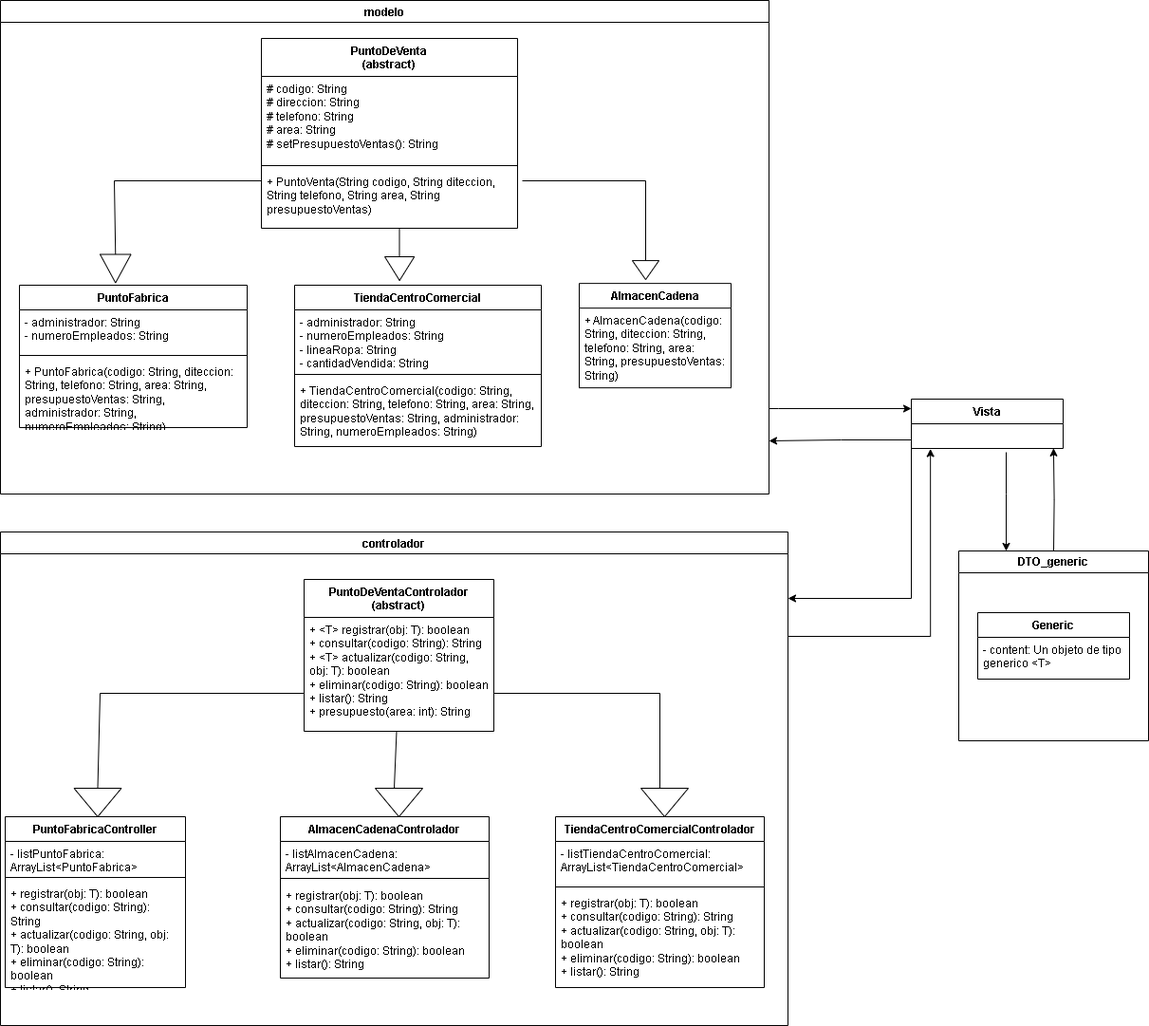
This is TallerFinalPunto3.drawio.png from AngelDavidGutierrez/TallerFinalPunto3, a draw.io export, as it was before one commit. Source tidied: cells renumbered, new cells last; positions are measured from the earlier drawing's top-left corner, leaving out a move shared by most shapes.
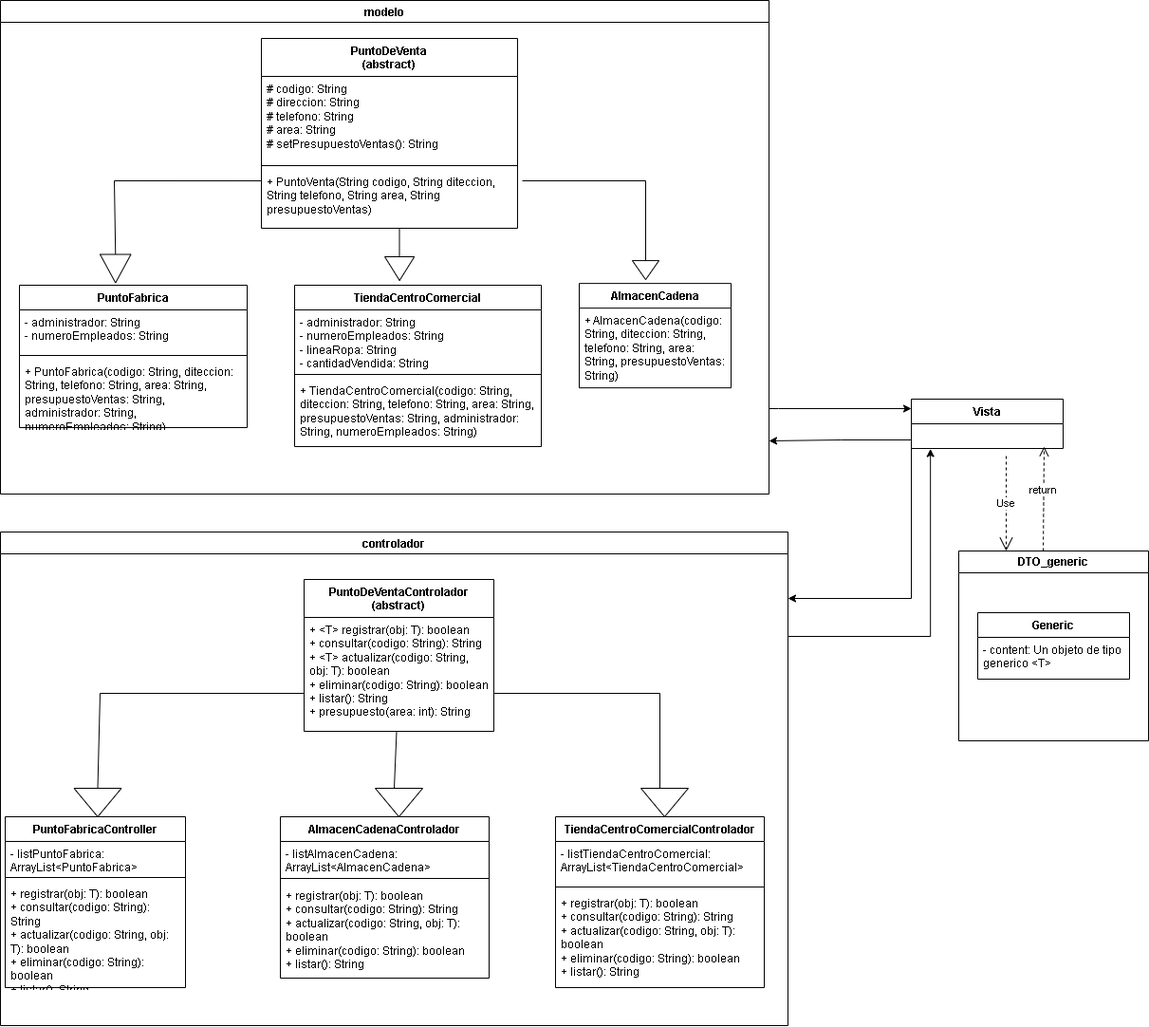
Above is the later version.

The edit, as a diff of the source:
```diff
@@ -168,12 +168,6 @@
     <mxCell id="46" value="- content: Un objeto de tipo generico &amp;lt;T&amp;gt;" style="text;strokeColor=none;fillColor=none;align=left;verticalAlign=top;spacingLeft=4;spacingRight=4;overflow=hidden;whiteSpace=wrap;html=1;" parent="45" vertex="1">
       <mxGeometry y="26" width="160" height="44" as="geometry" />
     </mxCell>
-    <mxCell id="47" style="edgeStyle=orthogonalEdgeStyle;rounded=0;orthogonalLoop=1;jettySize=auto;html=1;entryX=0.937;entryY=0.993;entryDx=0;entryDy=0;entryPerimeter=0;" parent="1" edge="1">
-      <mxGeometry relative="1" as="geometry">
-        <mxPoint x="1110" y="580" as="sourcePoint" />
-        <mxPoint x="1109.9" y="471.8" as="targetPoint" />
-      </mxGeometry>
-    </mxCell>
     <mxCell id="48" value="DTO_generic" style="swimlane;whiteSpace=wrap;html=1;" parent="1" vertex="1">
       <mxGeometry x="1010" y="580" width="200" height="200" as="geometry" />
     </mxCell>
@@ -198,16 +192,6 @@
         </Array>
       </mxGeometry>
     </mxCell>
-    <mxCell id="52" style="edgeStyle=orthogonalEdgeStyle;rounded=0;orthogonalLoop=1;jettySize=auto;html=1;entryX=0.25;entryY=0;entryDx=0;entryDy=0;exitX=0.625;exitY=1.154;exitDx=0;exitDy=0;exitPerimeter=0;" parent="1" edge="1">
-      <mxGeometry relative="1" as="geometry">
-        <mxPoint x="1060" y="476" as="sourcePoint" />
-        <mxPoint x="1060" y="580" as="targetPoint" />
-        <Array as="points">
-          <mxPoint x="1060" y="520" />
-          <mxPoint x="1060" y="520" />
-        </Array>
-      </mxGeometry>
-    </mxCell>
     <mxCell id="53" style="edgeStyle=orthogonalEdgeStyle;rounded=0;orthogonalLoop=1;jettySize=auto;html=1;" parent="1" edge="1">
       <mxGeometry relative="1" as="geometry">
         <mxPoint x="1040.1" y="472" as="sourcePoint" />
@@ -218,5 +202,16 @@
         </Array>
       </mxGeometry>
     </mxCell>
+    <mxCell id="54" value="Use" style="endArrow=open;endSize=12;dashed=1;html=1;rounded=0;entryX=0.25;entryY=0;entryDx=0;entryDy=0;" parent="1" edge="1" target="48">
+      <mxGeometry relative="1" as="geometry">
+        <mxPoint x="1060" y="480" as="sourcePoint" />
+      </mxGeometry>
+    </mxCell>
+    <mxCell id="55" value="return" style="html=1;verticalAlign=bottom;endArrow=open;dashed=1;endSize=8;curved=0;rounded=0;" parent="1" edge="1">
+      <mxGeometry relative="1" as="geometry">
+        <mxPoint x="1099" y="580" as="sourcePoint" />
+        <mxPoint x="1100" y="470" as="targetPoint" />
+      </mxGeometry>
+    </mxCell>
   </root>
 </mxGraphModel>
```
